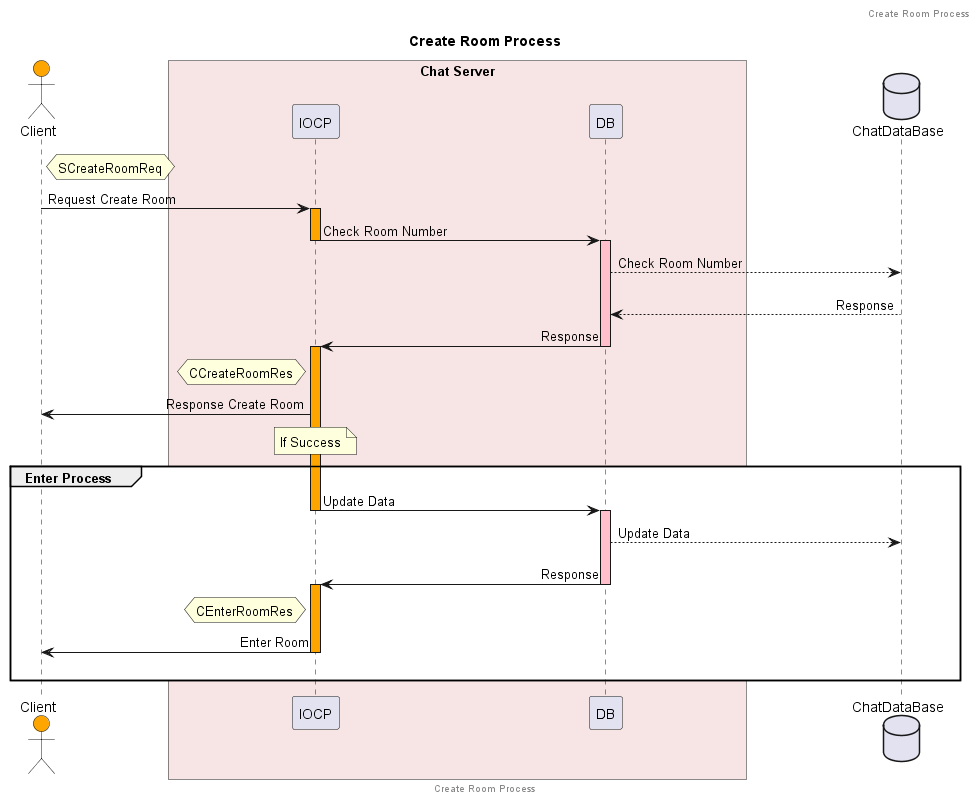
Before: Common/Sequence Diagrams/Create Room Process.png, a diagram exported from PlantUML (minttea25/Chat). Its diagram source:
```plantuml
@startuml
skinparam sequenceMessageAlign direction
skinparam ParticipantPadding 120
skinparam BoxPadding 100

title Create Room Process

header Create Room Process
footer Create Room Process

actor "Client" as C order 0 #Orange
box "Chat Server" #f7e4e4
participant "IOCP" as I order 1
participant "DB" as DB order 2
endbox
database "ChatDataBase" as CDB order 3

hnote right of C : SCreateRoomReq
C -> I : Request Create Room
activate I #Orange
I -> DB: Check Room Number
deactivate I
activate DB #Pink
DB --> CDB : Check Room Number
||10||
CDB --> DB : Response
DB -> I : Response
deactivate DB
activate I #Orange


hnote left of I : CCreateRoomRes
I -> C : Response Create Room

note over I : If Success

group #White Enter Process
I -> DB: Update Data
deactivate I
activate DB #Pink
DB --> CDB : Update Data
||10||
DB-> I : Response
deactivate DB
activate I #Orange
hnote left of I: CEnterRoomRes
I -> C : Enter Room
deactivate I
||20||
end


@enduml
```
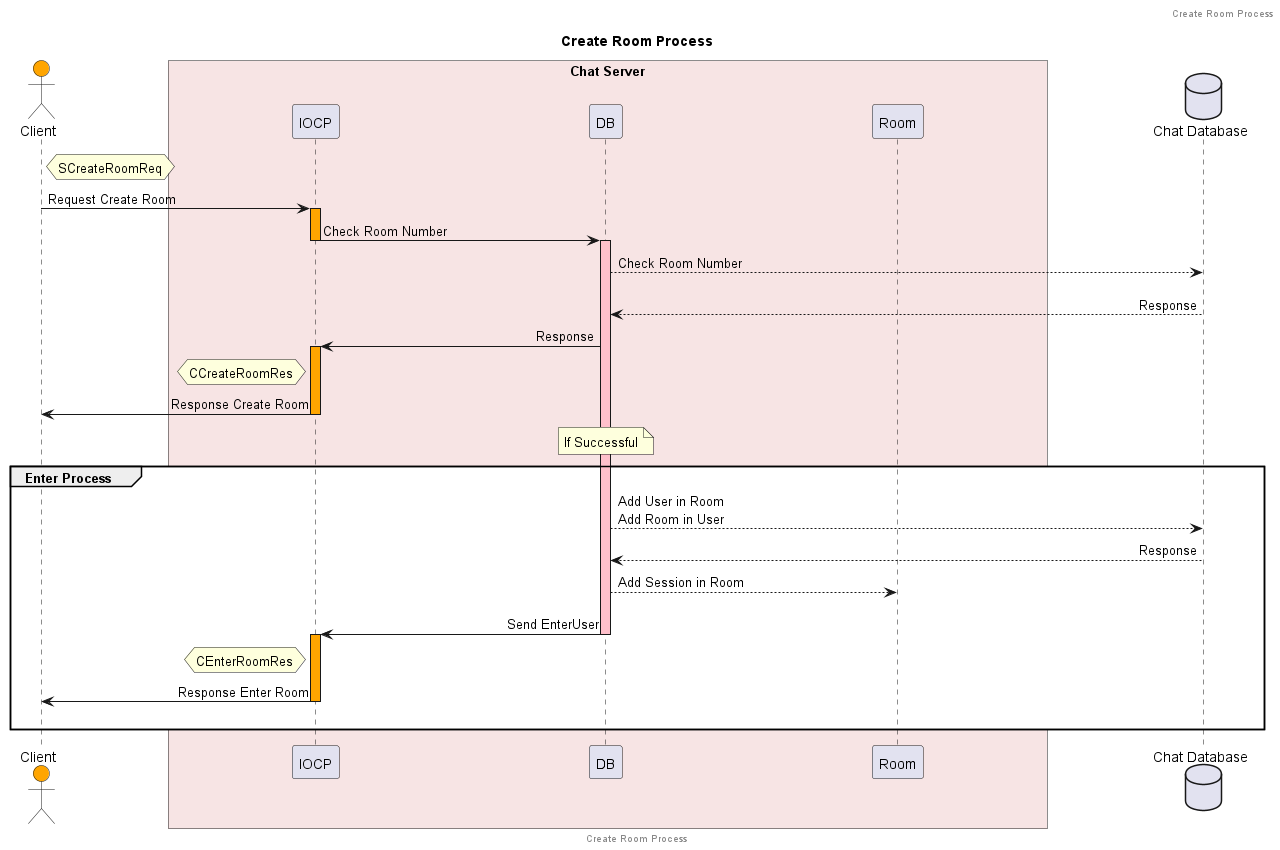
After the commit.

Change to the diagram source:
```diff
@@ -12,8 +12,9 @@
 box "Chat Server" #f7e4e4
 participant "IOCP" as I order 1
 participant "DB" as DB order 2
+participant "Room" as R order 3
 endbox
-database "ChatDataBase" as CDB order 3
+database "Chat Database" as CDB order 4
 
 hnote right of C : SCreateRoomReq
 C -> I : Request Create Room
@@ -25,26 +26,25 @@
 ||10||
 CDB --> DB : Response
 DB -> I : Response
-deactivate DB
 activate I #Orange
 
 
 hnote left of I : CCreateRoomRes
 I -> C : Response Create Room
 
-note over I : If Success
+note over DB : If Successful
 
 group #White Enter Process
-I -> DB: Update Data
 deactivate I
-activate DB #Pink
-DB --> CDB : Update Data
+DB --> CDB : Add User in Room\nAdd Room in User
+CDB --> DB : Response
+DB --> R: Add Session in Room
 ||10||
-DB-> I : Response
+DB-> I : Send EnterUser
 deactivate DB
 activate I #Orange
 hnote left of I: CEnterRoomRes
-I -> C : Enter Room
+I -> C : Response Enter Room
 deactivate I
 ||20||
 end
```
